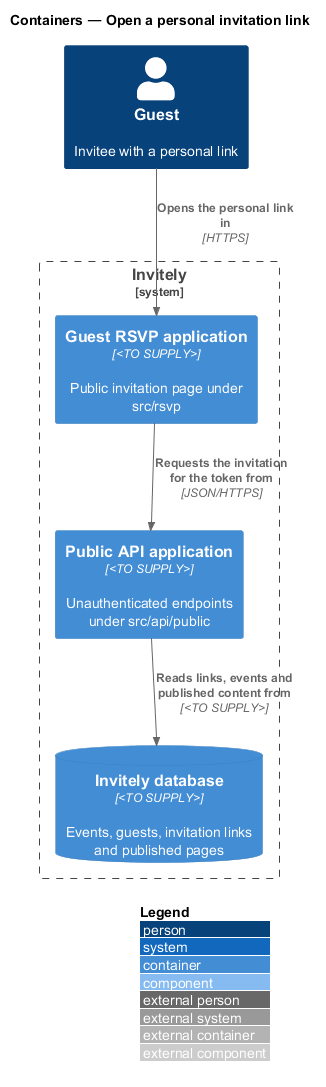
The PlantUML diagram docs/detailed-designs/rsvp/open-personal-invitation/diagrams/c4-container.png in QuinntyneBrown/rsvp-cms, before a commit.
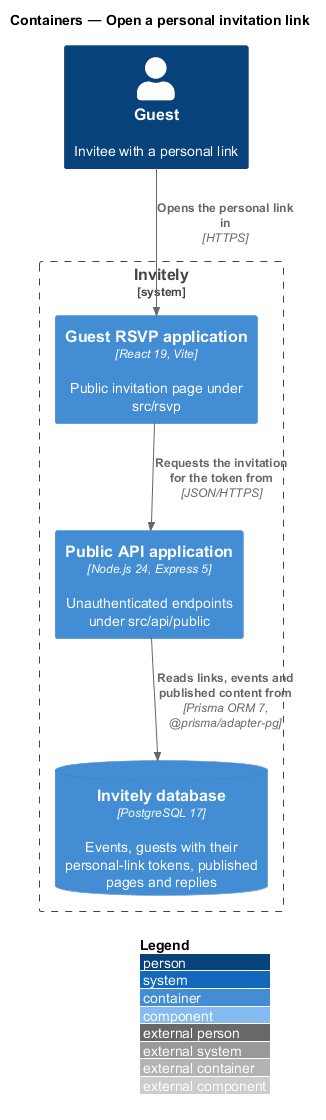
The same file after the commit.

Diff of the diagram source:
```diff
@@ -5,11 +5,11 @@
 
 Person(guest, "Guest", "Invitee with a personal link")
 System_Boundary(invitely, "Invitely") {
-  Container(rsvp, "Guest RSVP application", "<TO SUPPLY>", "Public invitation page under src/rsvp")
-  Container(publicApi, "Public API application", "<TO SUPPLY>", "Unauthenticated endpoints under src/api/public")
-  ContainerDb(db, "Invitely database", "<TO SUPPLY>", "Events, guests, invitation links and published pages")
+  Container(rsvp, "Guest RSVP application", "React 19, Vite", "Public invitation page under src/rsvp")
+  Container(publicApi, "Public API application", "Node.js 24, Express 5", "Unauthenticated endpoints under src/api/public")
+  ContainerDb(db, "Invitely database", "PostgreSQL 17", "Events, guests with their personal-link tokens, published pages and replies")
 }
 Rel(guest, rsvp, "Opens the personal link in", "HTTPS")
 Rel(rsvp, publicApi, "Requests the invitation for the token from", "JSON/HTTPS")
-Rel(publicApi, db, "Reads links, events and published content from", "<TO SUPPLY>")
+Rel(publicApi, db, "Reads links, events and published content from", "Prisma ORM 7, @prisma/adapter-pg")
 @enduml
```
